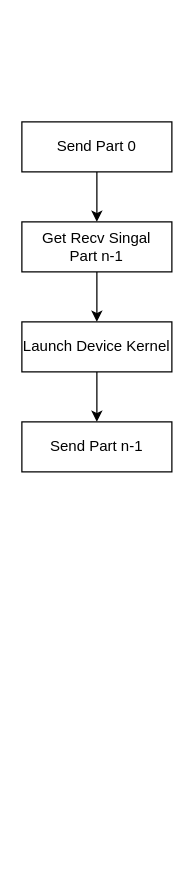
Above: TCCL/TCCL_WORK_FLOW/RingAllreduceWorkFlow.drawio in BEYHHH/SBLP (draw.io), before the change. Source tidied: cells renumbered, new cells numbered last; positions are measured from the earlier drawing's top-left corner, leaving out a move shared by most shapes. Both pictures are drawn from the tidied source at 125%, with x=0, y=0 at pixel (21, 121).
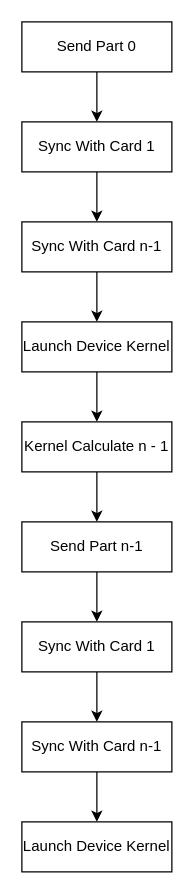
The same page after the edit.

The edit, as a diff of the source:
```diff
@@
 <mxGraphModel>
   <root>
     <mxCell id="0" />
     <mxCell id="1" parent="0" />
     <mxCell id="2" style="edgeStyle=orthogonalEdgeStyle;rounded=0;jettySize=auto;html=1;" parent="1" edge="1" source="3" target="5">
       <mxGeometry relative="1" as="geometry" />
     </mxCell>
-    <mxCell id="3" value="Send Part 0" style="rounded=0;whiteSpace=wrap;html=1;" parent="1" vertex="1">
+    <mxCell id="3" value="Sync With Card 1" style="rounded=0;whiteSpace=wrap;html=1;" parent="1" vertex="1">
       <mxGeometry width="120" height="40" as="geometry" />
     </mxCell>
     <mxCell id="4" style="edgeStyle=orthogonalEdgeStyle;rounded=0;jettySize=auto;html=1;" parent="1" edge="1" source="5" target="7">
       <mxGeometry relative="1" as="geometry" />
     </mxCell>
-    <mxCell id="5" value="Get Recv Singal&lt;br&gt;Part n-1" style="rounded=0;whiteSpace=wrap;html=1;" parent="1" vertex="1">
+    <mxCell id="5" value="Sync With Card n-1" style="rounded=0;whiteSpace=wrap;html=1;" parent="1" vertex="1">
       <mxGeometry y="80" width="120" height="40" as="geometry" />
     </mxCell>
-    <mxCell id="6" style="edgeStyle=orthogonalEdgeStyle;rounded=0;jettySize=auto;html=1;" parent="1" edge="1" source="7" target="8">
-      <mxGeometry relative="1" as="geometry" />
-    </mxCell>
+    <mxCell id="9" style="edgeStyle=orthogonalEdgeStyle;rounded=0;jettySize=auto;html=1;" parent="1" edge="1" source="7" target="14">
+      <mxGeometry relative="1" as="geometry" />
+    </mxCell>
     <mxCell id="7" value="Launch Device Kernel" style="rounded=0;whiteSpace=wrap;html=1;" parent="1" vertex="1">
       <mxGeometry y="160" width="120" height="40" as="geometry" />
     </mxCell>
+    <mxCell id="10" style="edgeStyle=orthogonalEdgeStyle;rounded=0;jettySize=auto;html=1;" parent="1" edge="1" source="8" target="16">
+      <mxGeometry relative="1" as="geometry" />
+    </mxCell>
     <mxCell id="8" value="Send Part n-1" style="rounded=0;whiteSpace=wrap;html=1;" parent="1" vertex="1">
-      <mxGeometry y="240" width="120" height="40" as="geometry" />
+      <mxGeometry y="320" width="120" height="40" as="geometry" />
     </mxCell>
+    <mxCell id="11" style="edgeStyle=orthogonalEdgeStyle;rounded=0;jettySize=auto;html=1;" parent="1" edge="1" source="12" target="3">
+      <mxGeometry relative="1" as="geometry" />
+    </mxCell>
+    <mxCell id="12" value="Send Part 0" style="rounded=0;whiteSpace=wrap;html=1;" parent="1" vertex="1">
+      <mxGeometry y="-80" width="120" height="40" as="geometry" />
+    </mxCell>
+    <mxCell id="13" style="edgeStyle=orthogonalEdgeStyle;rounded=0;jettySize=auto;html=1;" parent="1" edge="1" source="14" target="8">
+      <mxGeometry relative="1" as="geometry" />
+    </mxCell>
+    <mxCell id="14" value="Kernel Calculate n - 1" style="rounded=0;whiteSpace=wrap;html=1;" parent="1" vertex="1">
+      <mxGeometry y="240" width="120" height="40" as="geometry" />
+    </mxCell>
+    <mxCell id="15" style="edgeStyle=orthogonalEdgeStyle;rounded=0;jettySize=auto;html=1;" parent="1" edge="1" source="16" target="18">
+      <mxGeometry relative="1" as="geometry" />
+    </mxCell>
+    <mxCell id="16" value="Sync With Card 1" style="rounded=0;whiteSpace=wrap;html=1;" parent="1" vertex="1">
+      <mxGeometry y="400" width="120" height="40" as="geometry" />
+    </mxCell>
+    <mxCell id="17" style="edgeStyle=orthogonalEdgeStyle;rounded=0;jettySize=auto;html=1;" parent="1" edge="1" source="18" target="19">
+      <mxGeometry relative="1" as="geometry" />
+    </mxCell>
+    <mxCell id="18" value="Sync With Card n-1" style="rounded=0;whiteSpace=wrap;html=1;" parent="1" vertex="1">
+      <mxGeometry y="480" width="120" height="40" as="geometry" />
+    </mxCell>
+    <mxCell id="19" value="Launch Device Kernel" style="rounded=0;whiteSpace=wrap;html=1;" parent="1" vertex="1">
+      <mxGeometry y="560" width="120" height="40" as="geometry" />
+    </mxCell>
   </root>
 </mxGraphModel>
```
